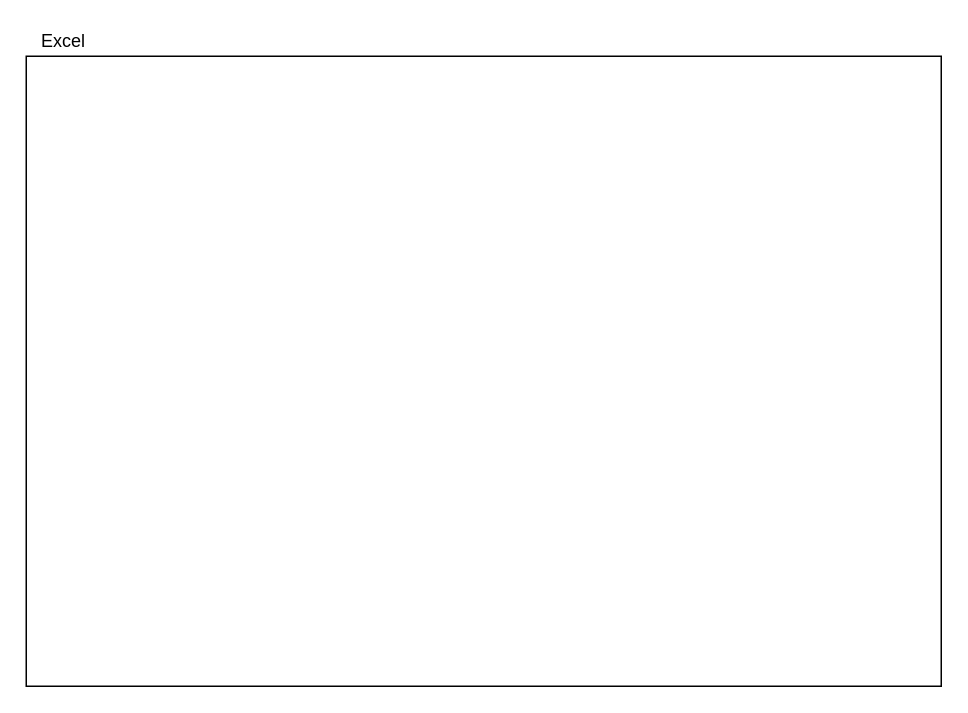
Before: diagrams/Untitled Diagram.drawio in LenarXLA/diagrams, a draw.io diagram. Source tidied: cells renumbered, new cells numbered last; positions are measured from the earlier drawing's top-left corner, leaving out a move shared by most shapes. Both pictures are drawn from the tidied source at 150%, with x=0, y=0 at pixel (26, 26).
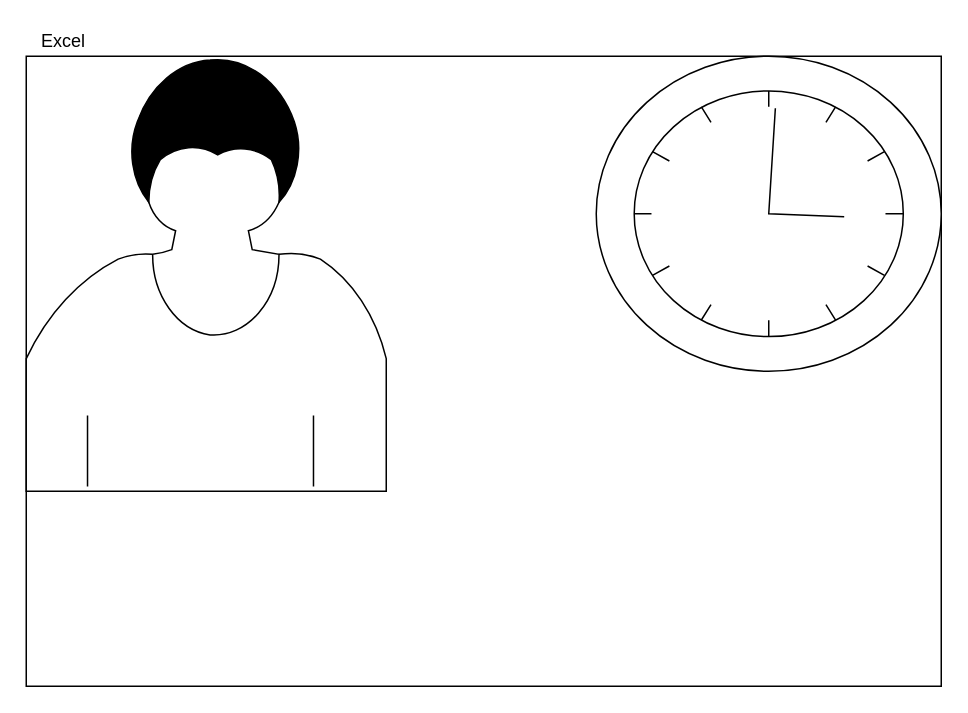
Above is the later version.

Commit message:
feat: add human and time

Diff of the diagram source:
```diff
@@
 <mxGraphModel>
   <root>
     <mxCell id="0" />
     <mxCell id="1" parent="0" />
     <mxCell id="2" style="rounded=0;whiteSpace=wrap;html=1;" parent="1" vertex="1">
       <mxGeometry y="20" width="610" height="420" as="geometry" />
     </mxCell>
     <mxCell id="3" value="Excel" style="text;html=1;strokeColor=none;fillColor=none;align=center;verticalAlign=middle;whiteSpace=wrap;rounded=0;" parent="1" vertex="1">
       <mxGeometry width="50" height="20" as="geometry" />
     </mxCell>
+    <mxCell id="4" style="shape=mxgraph.bpmn.user_task;html=1;" parent="1" vertex="1">
+      <mxGeometry y="20" width="240" height="290" as="geometry" />
+    </mxCell>
+    <mxCell id="5" style="shape=mxgraph.bpmn.shape;html=1;verticalLabelPosition=bottom;labelBackgroundColor=#ffffff;verticalAlign=top;align=center;perimeter=ellipsePerimeter;outline=eventInt;symbol=timer;" parent="1" vertex="1">
+      <mxGeometry x="380" y="20" width="230" height="210" as="geometry" />
+    </mxCell>
   </root>
 </mxGraphModel>
```
